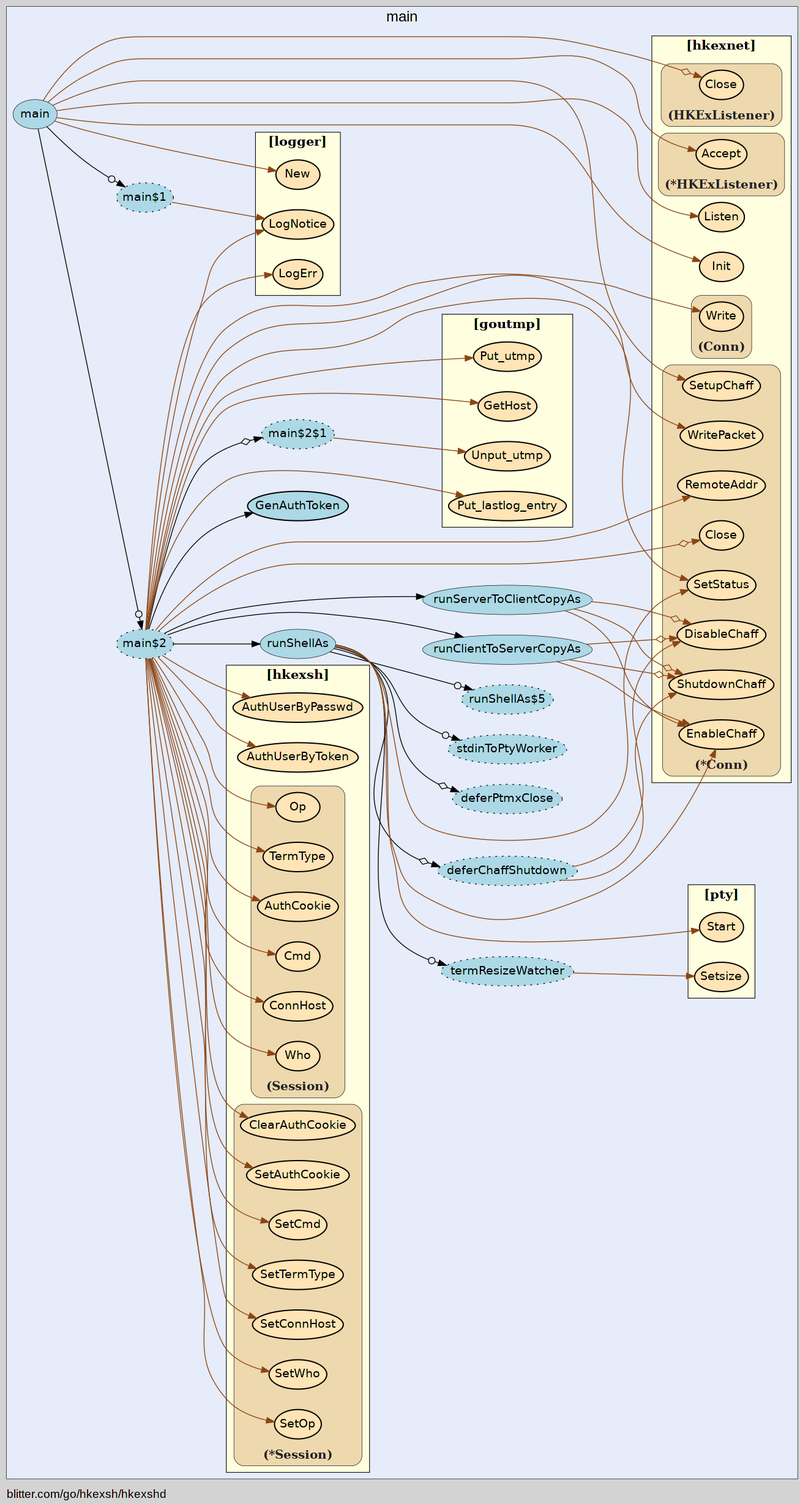
Before: hkexshd/hkexshd-vis.gv.png, a diagram exported from Graphviz (isgasho/xs). Its source is kept beside it as hkexshd/hkexshd-vis.gv.
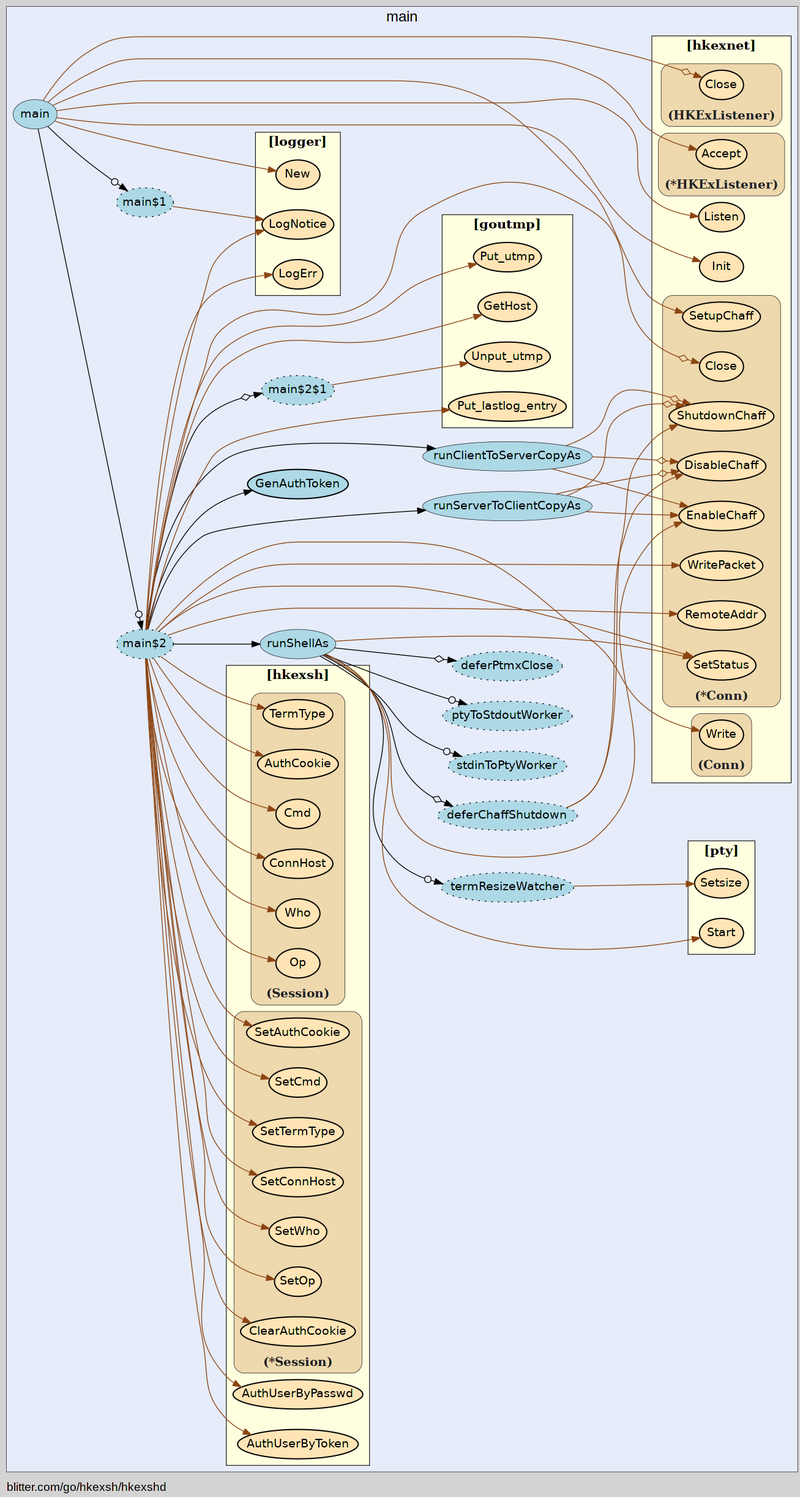
Above is the later version.

What changed in the source:
```diff
@@ -14,40 +14,40 @@
     edge [minlen="2"]
 
     subgraph "cluster_focus" {
-        bgcolor="#e6ecfa";
-label="main";
-labelloc="t";
+        labelloc="t";
 labeljust="c";
 fontsize="18";
+bgcolor="#e6ecfa";
+label="main";
 
-        "blitter.com/go/hkexsh/hkexshd.main$1" [ fillcolor="lightblue" label="main$1" style="dotted,filled" ]
+        "blitter.com/go/hkexsh/hkexshd.runShellAs$4" [ fillcolor="lightblue" label="deferChaffShutdown" style="dotted,filled" ]
+        "blitter.com/go/hkexsh/hkexshd.runServerToClientCopyAs" [ label="runServerToClientCopyAs" penwidth="0.5" fillcolor="lightblue" ]
+        "blitter.com/go/hkexsh/hkexshd.runClientToServerCopyAs" [ fillcolor="lightblue" label="runClientToServerCopyAs" penwidth="0.5" ]
         "blitter.com/go/hkexsh/hkexshd.main" [ fillcolor="lightblue" label="main" penwidth="0.5" ]
-        "blitter.com/go/hkexsh/hkexshd.main$2" [ fillcolor="lightblue" label="main$2" style="dotted,filled" ]
+        "blitter.com/go/hkexsh/hkexshd.main$1" [ label="main$1" style="dotted,filled" fillcolor="lightblue" ]
+        "blitter.com/go/hkexsh/hkexshd.main$2" [ label="main$2" style="dotted,filled" fillcolor="lightblue" ]
         "blitter.com/go/hkexsh/hkexshd.GenAuthToken" [ fillcolor="lightblue" label="GenAuthToken" penwidth="1.5" ]
         "blitter.com/go/hkexsh/hkexshd.runShellAs" [ fillcolor="lightblue" label="runShellAs" penwidth="0.5" ]
         "blitter.com/go/hkexsh/hkexshd.runShellAs$1" [ fillcolor="lightblue" label="deferPtmxClose" style="dotted,filled" ]
         "blitter.com/go/hkexsh/hkexshd.runShellAs$2" [ fillcolor="lightblue" label="termResizeWatcher" style="dotted,filled" ]
         "blitter.com/go/hkexsh/hkexshd.runShellAs$3" [ fillcolor="lightblue" label="stdinToPtyWorker" style="dotted,filled" ]
-        "blitter.com/go/hkexsh/hkexshd.runShellAs$4" [ fillcolor="lightblue" label="deferChaffShutdown" style="dotted,filled" ]
-        "blitter.com/go/hkexsh/hkexshd.runShellAs$5" [ fillcolor="lightblue" label="runShellAs$5" style="dotted,filled" ]
+        "blitter.com/go/hkexsh/hkexshd.runShellAs$5" [ fillcolor="lightblue" label="ptyToStdoutWorker" style="dotted,filled" ]
         "blitter.com/go/hkexsh/hkexshd.main$2$1" [ label="main$2$1" style="dotted,filled" fillcolor="lightblue" ]
-        "blitter.com/go/hkexsh/hkexshd.runClientToServerCopyAs" [ penwidth="0.5" fillcolor="lightblue" label="runClientToServerCopyAs" ]
-        "blitter.com/go/hkexsh/hkexshd.runServerToClientCopyAs" [ fillcolor="lightblue" label="runServerToClientCopyAs" penwidth="0.5" ]
 
         subgraph "cluster_blitter.com/go/goutmp" {
-        style="filled";
+        penwidth="0.8";
+fontsize="16";
 fillcolor="lightyellow";
+tooltip="package: blitter.com/go/goutmp";
+style="filled";
+fontname="bold";
+rank="sink";
 label="[goutmp]";
 URL="/?f=blitter.com/go/goutmp";
-tooltip="package: blitter.com/go/goutmp";
-penwidth="0.8";
-fontsize="16";
-fontname="bold";
-rank="sink";
 
         "blitter.com/go/goutmp.GetHost" [ fillcolor="moccasin" label="GetHost" penwidth="1.5" ]
         "blitter.com/go/goutmp.Put_utmp" [ penwidth="1.5" fillcolor="moccasin" label="Put_utmp" ]
-        "blitter.com/go/goutmp.Unput_utmp" [ label="Unput_utmp" penwidth="1.5" fillcolor="moccasin" ]
+        "blitter.com/go/goutmp.Unput_utmp" [ fillcolor="moccasin" label="Unput_utmp" penwidth="1.5" ]
         "blitter.com/go/goutmp.Put_lastlog_entry" [ fillcolor="moccasin" label="Put_lastlog_entry" penwidth="1.5" ]
 
     }
@@ -56,10 +56,10 @@
         style="filled";
 fillcolor="lightyellow";
 label="[hkexsh]";
-tooltip="package: blitter.com/go/hkexsh";
+URL="/?f=blitter.com/go/hkexsh";
 penwidth="0.8";
 fontsize="16";
-URL="/?f=blitter.com/go/hkexsh";
+tooltip="package: blitter.com/go/hkexsh";
 fontname="bold";
 rank="sink";
 
@@ -67,28 +67,8 @@
         "blitter.com/go/hkexsh.AuthUserByPasswd" [ fillcolor="moccasin" label="AuthUserByPasswd" penwidth="1.5" ]
 
         subgraph "cluster_*blitter.com/go/hkexsh.Session" {
-        labelloc="b";
-style="rounded,filled";
-fillcolor="wheat2";
-label="(*Session)";
+        label="(*Session)";
 tooltip="type: *blitter.com/go/hkexsh.Session";
-penwidth="0.5";
-fontsize="15";
-fontcolor="#222222";
-
-        "(*blitter.com/go/hkexsh.Session).SetOp" [ label="SetOp" penwidth="1.5" fillcolor="moccasin" ]
-        "(*blitter.com/go/hkexsh.Session).SetWho" [ fillcolor="moccasin" label="SetWho" penwidth="1.5" ]
-        "(*blitter.com/go/hkexsh.Session).SetConnHost" [ fillcolor="moccasin" label="SetConnHost" penwidth="1.5" ]
-        "(*blitter.com/go/hkexsh.Session).SetTermType" [ fillcolor="moccasin" label="SetTermType" penwidth="1.5" ]
-        "(*blitter.com/go/hkexsh.Session).SetCmd" [ penwidth="1.5" fillcolor="moccasin" label="SetCmd" ]
-        "(*blitter.com/go/hkexsh.Session).SetAuthCookie" [ fillcolor="moccasin" label="SetAuthCookie" penwidth="1.5" ]
-        "(*blitter.com/go/hkexsh.Session).ClearAuthCookie" [ label="ClearAuthCookie" penwidth="1.5" fillcolor="moccasin" ]
-
-    }
-
-        subgraph "cluster_blitter.com/go/hkexsh.Session" {
-        label="(Session)";
-tooltip="type: blitter.com/go/hkexsh.Session";
 penwidth="0.5";
 fontsize="15";
 fontcolor="#222222";
@@ -96,11 +76,31 @@
 style="rounded,filled";
 fillcolor="wheat2";
 
-        "(blitter.com/go/hkexsh.Session).Op" [ penwidth="1.5" fillcolor="moccasin" label="Op" ]
+        "(*blitter.com/go/hkexsh.Session).SetOp" [ penwidth="1.5" fillcolor="moccasin" label="SetOp" ]
+        "(*blitter.com/go/hkexsh.Session).SetWho" [ penwidth="1.5" fillcolor="moccasin" label="SetWho" ]
+        "(*blitter.com/go/hkexsh.Session).SetConnHost" [ fillcolor="moccasin" label="SetConnHost" penwidth="1.5" ]
+        "(*blitter.com/go/hkexsh.Session).SetTermType" [ fillcolor="moccasin" label="SetTermType" penwidth="1.5" ]
+        "(*blitter.com/go/hkexsh.Session).SetCmd" [ fillcolor="moccasin" label="SetCmd" penwidth="1.5" ]
+        "(*blitter.com/go/hkexsh.Session).SetAuthCookie" [ label="SetAuthCookie" penwidth="1.5" fillcolor="moccasin" ]
+        "(*blitter.com/go/hkexsh.Session).ClearAuthCookie" [ fillcolor="moccasin" label="ClearAuthCookie" penwidth="1.5" ]
+
+    }
+
+        subgraph "cluster_blitter.com/go/hkexsh.Session" {
+        fillcolor="wheat2";
+label="(Session)";
+tooltip="type: blitter.com/go/hkexsh.Session";
+penwidth="0.5";
+fontsize="15";
+fontcolor="#222222";
+labelloc="b";
+style="rounded,filled";
+
+        "(blitter.com/go/hkexsh.Session).Op" [ label="Op" penwidth="1.5" fillcolor="moccasin" ]
         "(blitter.com/go/hkexsh.Session).Who" [ fillcolor="moccasin" label="Who" penwidth="1.5" ]
         "(blitter.com/go/hkexsh.Session).ConnHost" [ fillcolor="moccasin" label="ConnHost" penwidth="1.5" ]
-        "(blitter.com/go/hkexsh.Session).Cmd" [ fillcolor="moccasin" label="Cmd" penwidth="1.5" ]
-        "(blitter.com/go/hkexsh.Session).AuthCookie" [ fillcolor="moccasin" label="AuthCookie" penwidth="1.5" ]
+        "(blitter.com/go/hkexsh.Session).Cmd" [ label="Cmd" penwidth="1.5" fillcolor="moccasin" ]
+        "(blitter.com/go/hkexsh.Session).AuthCookie" [ label="AuthCookie" penwidth="1.5" fillcolor="moccasin" ]
         "(blitter.com/go/hkexsh.Session).TermType" [ fillcolor="moccasin" label="TermType" penwidth="1.5" ]
 
     }
@@ -108,18 +108,18 @@
     }
 
         subgraph "cluster_blitter.com/go/hkexsh/hkexnet" {
-        tooltip="package: blitter.com/go/hkexsh/hkexnet";
-fontname="bold";
-rank="sink";
+        rank="sink";
 label="[hkexnet]";
-fillcolor="lightyellow";
 URL="/?f=blitter.com/go/hkexsh/hkexnet";
+tooltip="package: blitter.com/go/hkexsh/hkexnet";
 penwidth="0.8";
 fontsize="16";
 style="filled";
+fillcolor="lightyellow";
+fontname="bold";
 
-        "blitter.com/go/hkexsh/hkexnet.Init" [ label="Init" penwidth="1.5" fillcolor="moccasin" ]
-        "blitter.com/go/hkexsh/hkexnet.Listen" [ fillcolor="moccasin" label="Listen" penwidth="1.5" ]
+        "blitter.com/go/hkexsh/hkexnet.Init" [ fillcolor="moccasin" label="Init" penwidth="1.5" ]
+        "blitter.com/go/hkexsh/hkexnet.Listen" [ label="Listen" penwidth="1.5" fillcolor="moccasin" ]
 
         subgraph "cluster_*blitter.com/go/hkexsh/hkexnet.Conn" {
         style="rounded,filled";
@@ -131,54 +131,54 @@
 fontcolor="#222222";
 labelloc="b";
 
+        "(*blitter.com/go/hkexsh/hkexnet.Conn).DisableChaff" [ fillcolor="moccasin" label="DisableChaff" penwidth="1.5" ]
+        "(*blitter.com/go/hkexsh/hkexnet.Conn).ShutdownChaff" [ fillcolor="moccasin" label="ShutdownChaff" penwidth="1.5" ]
+        "(*blitter.com/go/hkexsh/hkexnet.Conn).EnableChaff" [ penwidth="1.5" fillcolor="moccasin" label="EnableChaff" ]
         "(*blitter.com/go/hkexsh/hkexnet.Conn).SetupChaff" [ fillcolor="moccasin" label="SetupChaff" penwidth="1.5" ]
         "(*blitter.com/go/hkexsh/hkexnet.Conn).Close" [ fillcolor="moccasin" label="Close" penwidth="1.5" ]
-        "(*blitter.com/go/hkexsh/hkexnet.Conn).RemoteAddr" [ label="RemoteAddr" penwidth="1.5" fillcolor="moccasin" ]
-        "(*blitter.com/go/hkexsh/hkexnet.Conn).EnableChaff" [ fillcolor="moccasin" label="EnableChaff" penwidth="1.5" ]
-        "(*blitter.com/go/hkexsh/hkexnet.Conn).DisableChaff" [ fillcolor="moccasin" label="DisableChaff" penwidth="1.5" ]
-        "(*blitter.com/go/hkexsh/hkexnet.Conn).ShutdownChaff" [ fillcolor="moccasin" label="ShutdownChaff" penwidth="1.5" ]
+        "(*blitter.com/go/hkexsh/hkexnet.Conn).RemoteAddr" [ fillcolor="moccasin" label="RemoteAddr" penwidth="1.5" ]
         "(*blitter.com/go/hkexsh/hkexnet.Conn).SetStatus" [ fillcolor="moccasin" label="SetStatus" penwidth="1.5" ]
         "(*blitter.com/go/hkexsh/hkexnet.Conn).WritePacket" [ fillcolor="moccasin" label="WritePacket" penwidth="1.5" ]
 
     }
 
         subgraph "cluster_*blitter.com/go/hkexsh/hkexnet.HKExListener" {
-        label="(*HKExListener)";
-tooltip="type: *blitter.com/go/hkexsh/hkexnet.HKExListener";
-penwidth="0.5";
-fontsize="15";
+        fontsize="15";
 fontcolor="#222222";
 labelloc="b";
 style="rounded,filled";
 fillcolor="wheat2";
+label="(*HKExListener)";
+tooltip="type: *blitter.com/go/hkexsh/hkexnet.HKExListener";
+penwidth="0.5";
 
-        "(*blitter.com/go/hkexsh/hkexnet.HKExListener).Accept" [ label="Accept" penwidth="1.5" fillcolor="moccasin" ]
+        "(*blitter.com/go/hkexsh/hkexnet.HKExListener).Accept" [ fillcolor="moccasin" label="Accept" penwidth="1.5" ]
 
     }
 
         subgraph "cluster_blitter.com/go/hkexsh/hkexnet.Conn" {
-        fillcolor="wheat2";
+        style="rounded,filled";
+fillcolor="wheat2";
 label="(Conn)";
 tooltip="type: blitter.com/go/hkexsh/hkexnet.Conn";
 penwidth="0.5";
 fontsize="15";
 fontcolor="#222222";
 labelloc="b";
-style="rounded,filled";
 
-        "(blitter.com/go/hkexsh/hkexnet.Conn).Write" [ fillcolor="moccasin" label="Write" penwidth="1.5" ]
+        "(blitter.com/go/hkexsh/hkexnet.Conn).Write" [ label="Write" penwidth="1.5" fillcolor="moccasin" ]
 
     }
 
         subgraph "cluster_blitter.com/go/hkexsh/hkexnet.HKExListener" {
-        style="rounded,filled";
+        penwidth="0.5";
+fontsize="15";
+fontcolor="#222222";
+labelloc="b";
+style="rounded,filled";
 fillcolor="wheat2";
 label="(HKExListener)";
 tooltip="type: blitter.com/go/hkexsh/hkexnet.HKExListener";
-penwidth="0.5";
-fontsize="15";
-fontcolor="#222222";
-labelloc="b";
 
         "(blitter.com/go/hkexsh/hkexnet.HKExListener).Close" [ fillcolor="moccasin" label="Close" penwidth="1.5" ]
 
@@ -187,32 +187,32 @@
     }
 
         subgraph "cluster_blitter.com/go/hkexsh/logger" {
-        penwidth="0.8";
-fontsize="16";
+        URL="/?f=blitter.com/go/hkexsh/logger";
+tooltip="package: blitter.com/go/hkexsh/logger";
+penwidth="0.8";
 style="filled";
+fontname="bold";
 rank="sink";
 label="[logger]";
-URL="/?f=blitter.com/go/hkexsh/logger";
+fontsize="16";
 fillcolor="lightyellow";
-fontname="bold";
-tooltip="package: blitter.com/go/hkexsh/logger";
 
-        "blitter.com/go/hkexsh/logger.LogNotice" [ fillcolor="moccasin" label="LogNotice" penwidth="1.5" ]
-        "blitter.com/go/hkexsh/logger.New" [ fillcolor="moccasin" label="New" penwidth="1.5" ]
+        "blitter.com/go/hkexsh/logger.New" [ penwidth="1.5" fillcolor="moccasin" label="New" ]
+        "blitter.com/go/hkexsh/logger.LogNotice" [ penwidth="1.5" fillcolor="moccasin" label="LogNotice" ]
         "blitter.com/go/hkexsh/logger.LogErr" [ fillcolor="moccasin" label="LogErr" penwidth="1.5" ]
 
     }
 
         subgraph "cluster_github.com/kr/pty" {
-        fillcolor="lightyellow";
-rank="sink";
+        fontname="bold";
+label="[pty]";
+URL="/?f=github.com/kr/pty";
 tooltip="package: github.com/kr/pty";
 penwidth="0.8";
+style="filled";
+fillcolor="lightyellow";
+rank="sink";
 fontsize="16";
-style="filled";
-fontname="bold";
-label="[pty]";
-URL="/?f=github.com/kr/pty";
 
         "github.com/kr/pty.Start" [ fillcolor="moccasin" label="Start" penwidth="1.5" ]
         "github.com/kr/pty.Setsize" [ fillcolor="moccasin" label="Setsize" penwidth="1.5" ]
@@ -221,9 +221,17 @@
 
     }
 
-    "blitter.com/go/hkexsh/hkexshd.main$1" -> "blitter.com/go/hkexsh/logger.LogNotice" [ color="saddlebrown" ]
+    "blitter.com/go/hkexsh/hkexshd.runShellAs$4" -> "(*blitter.com/go/hkexsh/hkexnet.Conn).DisableChaff" [ color="saddlebrown" ]
+    "blitter.com/go/hkexsh/hkexshd.runShellAs$4" -> "(*blitter.com/go/hkexsh/hkexnet.Conn).ShutdownChaff" [ color="saddlebrown" ]
+    "blitter.com/go/hkexsh/hkexshd.runServerToClientCopyAs" -> "(*blitter.com/go/hkexsh/hkexnet.Conn).EnableChaff" [ color="saddlebrown" ]
+    "blitter.com/go/hkexsh/hkexshd.runServerToClientCopyAs" -> "(*blitter.com/go/hkexsh/hkexnet.Conn).DisableChaff" [ arrowhead="normalnoneodiamond" color="saddlebrown" ]
+    "blitter.com/go/hkexsh/hkexshd.runServerToClientCopyAs" -> "(*blitter.com/go/hkexsh/hkexnet.Conn).ShutdownChaff" [ arrowhead="normalnoneodiamond" color="saddlebrown" ]
+    "blitter.com/go/hkexsh/hkexshd.runClientToServerCopyAs" -> "(*blitter.com/go/hkexsh/hkexnet.Conn).EnableChaff" [ color="saddlebrown" ]
+    "blitter.com/go/hkexsh/hkexshd.runClientToServerCopyAs" -> "(*blitter.com/go/hkexsh/hkexnet.Conn).DisableChaff" [ arrowhead="normalnoneodiamond" color="saddlebrown" ]
+    "blitter.com/go/hkexsh/hkexshd.runClientToServerCopyAs" -> "(*blitter.com/go/hkexsh/hkexnet.Conn).ShutdownChaff" [ color="saddlebrown" arrowhead="normalnoneodiamond" ]
     "blitter.com/go/hkexsh/hkexshd.main" -> "blitter.com/go/hkexsh/logger.New" [ color="saddlebrown" ]
     "blitter.com/go/hkexsh/hkexshd.main" -> "blitter.com/go/hkexsh/hkexnet.Init" [ color="saddlebrown" ]
+    "blitter.com/go/hkexsh/hkexshd.main$1" -> "blitter.com/go/hkexsh/logger.LogNotice" [ color="saddlebrown" ]
     "blitter.com/go/hkexsh/hkexshd.main" -> "blitter.com/go/hkexsh/hkexshd.main$1" [ arrowhead="normalnoneodot" ]
     "blitter.com/go/hkexsh/hkexshd.main" -> "blitter.com/go/hkexsh/hkexnet.Listen" [ color="saddlebrown" ]
     "blitter.com/go/hkexsh/hkexshd.main" -> "(blitter.com/go/hkexsh/hkexnet.HKExListener).Close" [ arrowhead="normalnoneodiamond" color="saddlebrown" ]
@@ -256,8 +264,6 @@
     "blitter.com/go/hkexsh/hkexshd.runShellAs" -> "blitter.com/go/hkexsh/hkexshd.runShellAs$2" [ arrowhead="normalnoneodot" ]
     "blitter.com/go/hkexsh/hkexshd.runShellAs" -> "blitter.com/go/hkexsh/hkexshd.runShellAs$3" [ arrowhead="normalnoneodot" ]
     "blitter.com/go/hkexsh/hkexshd.runShellAs" -> "(*blitter.com/go/hkexsh/hkexnet.Conn).EnableChaff" [ color="saddlebrown" ]
-    "blitter.com/go/hkexsh/hkexshd.runShellAs$4" -> "(*blitter.com/go/hkexsh/hkexnet.Conn).DisableChaff" [ color="saddlebrown" ]
-    "blitter.com/go/hkexsh/hkexshd.runShellAs$4" -> "(*blitter.com/go/hkexsh/hkexnet.Conn).ShutdownChaff" [ color="saddlebrown" ]
     "blitter.com/go/hkexsh/hkexshd.runShellAs" -> "blitter.com/go/hkexsh/hkexshd.runShellAs$4" [ arrowhead="normalnoneodiamond" ]
     "blitter.com/go/hkexsh/hkexshd.runShellAs" -> "blitter.com/go/hkexsh/hkexshd.runShellAs$5" [ arrowhead="normalnoneodot" ]
     "blitter.com/go/hkexsh/hkexshd.runShellAs" -> "(*blitter.com/go/hkexsh/hkexnet.Conn).SetStatus" [ color="saddlebrown" ]
@@ -268,14 +274,8 @@
     "blitter.com/go/hkexsh/hkexshd.main$2$1" -> "blitter.com/go/goutmp.Unput_utmp" [ color="saddlebrown" ]
     "blitter.com/go/hkexsh/hkexshd.main$2" -> "blitter.com/go/hkexsh/hkexshd.main$2$1" [ arrowhead="normalnoneodiamond" ]
     "blitter.com/go/hkexsh/hkexshd.main$2" -> "blitter.com/go/goutmp.Put_lastlog_entry" [ color="saddlebrown" ]
-    "blitter.com/go/hkexsh/hkexshd.runClientToServerCopyAs" -> "(*blitter.com/go/hkexsh/hkexnet.Conn).EnableChaff" [ color="saddlebrown" ]
-    "blitter.com/go/hkexsh/hkexshd.runClientToServerCopyAs" -> "(*blitter.com/go/hkexsh/hkexnet.Conn).DisableChaff" [ arrowhead="normalnoneodiamond" color="saddlebrown" ]
-    "blitter.com/go/hkexsh/hkexshd.runClientToServerCopyAs" -> "(*blitter.com/go/hkexsh/hkexnet.Conn).ShutdownChaff" [ arrowhead="normalnoneodiamond" color="saddlebrown" ]
     "blitter.com/go/hkexsh/hkexshd.main$2" -> "blitter.com/go/hkexsh/hkexshd.runClientToServerCopyAs" [  ]
     "blitter.com/go/hkexsh/hkexshd.main$2" -> "(*blitter.com/go/hkexsh/hkexnet.Conn).WritePacket" [ color="saddlebrown" ]
-    "blitter.com/go/hkexsh/hkexshd.runServerToClientCopyAs" -> "(*blitter.com/go/hkexsh/hkexnet.Conn).EnableChaff" [ color="saddlebrown" ]
-    "blitter.com/go/hkexsh/hkexshd.runServerToClientCopyAs" -> "(*blitter.com/go/hkexsh/hkexnet.Conn).DisableChaff" [ arrowhead="normalnoneodiamond" color="saddlebrown" ]
-    "blitter.com/go/hkexsh/hkexshd.runServerToClientCopyAs" -> "(*blitter.com/go/hkexsh/hkexnet.Conn).ShutdownChaff" [ arrowhead="normalnoneodiamond" color="saddlebrown" ]
     "blitter.com/go/hkexsh/hkexshd.main$2" -> "blitter.com/go/hkexsh/hkexshd.runServerToClientCopyAs" [  ]
     "blitter.com/go/hkexsh/hkexshd.main" -> "blitter.com/go/hkexsh/hkexshd.main$2" [ arrowhead="normalnoneodot" ]
 }
```
